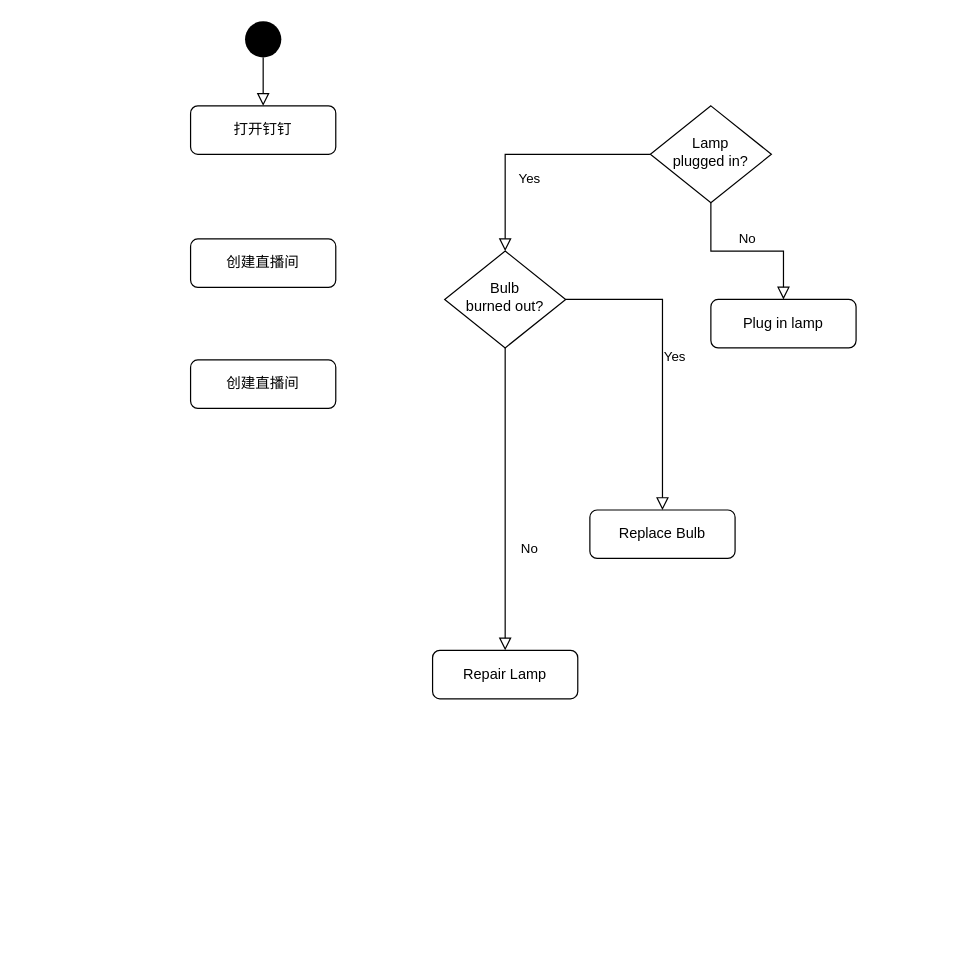
Above: 钉钉开课流程.drawio in innovatorCL/DiagramsRepo (draw.io), before the change. Source tidied: cells renumbered, new cells numbered last; positions are measured from the earlier drawing's top-left corner, leaving out a move shared by most shapes. Both pictures are drawn from the tidied source at 121%, with x=0, y=0 at pixel (190, 21).
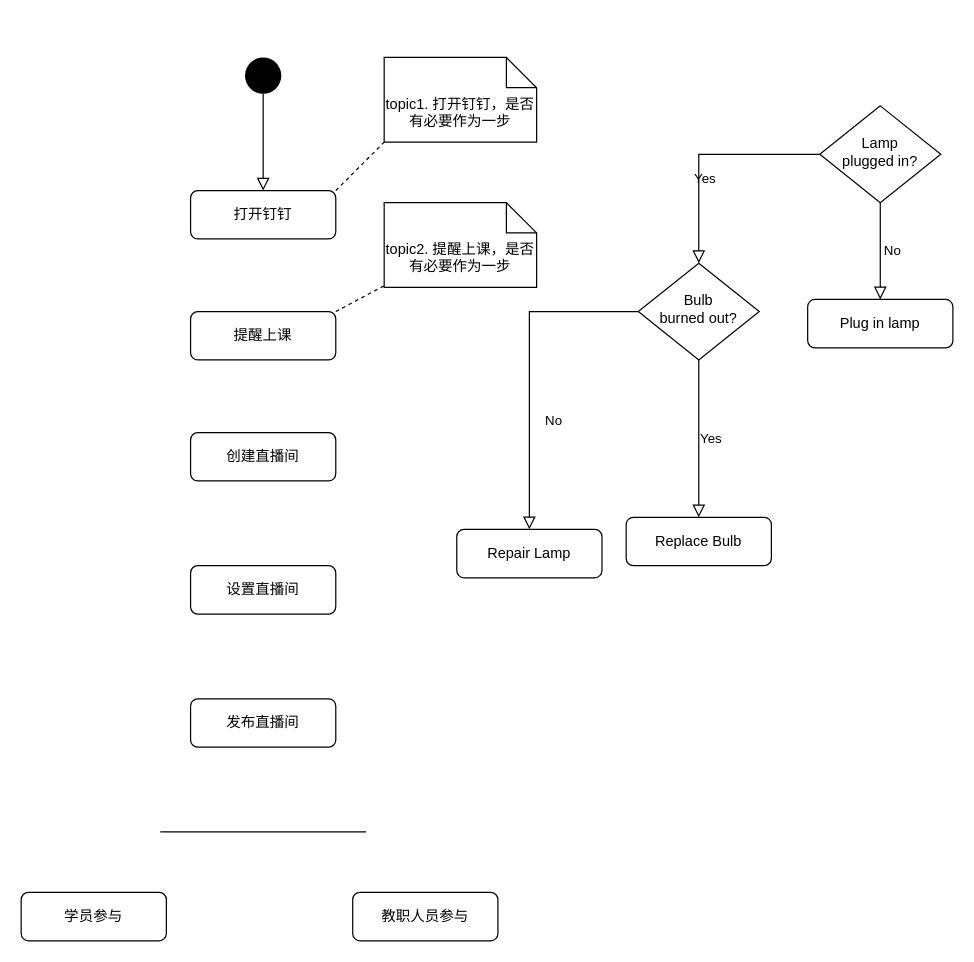
The same page after the edit.

Commit message (it also covers changes not shown here):
Update 钉钉开课流程.drawio

The edit, as a diff of the source:
```diff
@@
     <mxCell id="2" value="打开钉钉" style="rounded=1;whiteSpace=wrap;html=1;fontSize=12;glass=0;strokeWidth=1;shadow=0;" parent="1" vertex="1">
-      <mxGeometry y="70" width="120" height="40" as="geometry" />
+      <mxGeometry y="140" width="120" height="40" as="geometry" />
     </mxCell>
@@
     <mxCell id="5" value="Lamp&lt;br&gt;plugged in?" style="rhombus;whiteSpace=wrap;html=1;shadow=0;fontFamily=Helvetica;fontSize=12;align=center;strokeWidth=1;spacing=6;spacingTop=-4;" parent="1" vertex="1">
-      <mxGeometry x="380" y="70" width="100" height="80" as="geometry" />
+      <mxGeometry x="520" y="70" width="100" height="80" as="geometry" />
     </mxCell>
     <mxCell id="6" value="Plug in lamp" style="rounded=1;whiteSpace=wrap;html=1;fontSize=12;glass=0;strokeWidth=1;shadow=0;" parent="1" vertex="1">
-      <mxGeometry x="430" y="230" width="120" height="40" as="geometry" />
+      <mxGeometry x="510" y="230" width="120" height="40" as="geometry" />
     </mxCell>
@@
     <mxCell id="9" value="Bulb&lt;br&gt;burned out?" style="rhombus;whiteSpace=wrap;html=1;shadow=0;fontFamily=Helvetica;fontSize=12;align=center;strokeWidth=1;spacing=6;spacingTop=-4;" parent="1" vertex="1">
-      <mxGeometry x="210" y="190" width="100" height="80" as="geometry" />
+      <mxGeometry x="370" y="200" width="100" height="80" as="geometry" />
     </mxCell>
     <mxCell id="10" value="Repair Lamp" style="rounded=1;whiteSpace=wrap;html=1;fontSize=12;glass=0;strokeWidth=1;shadow=0;" parent="1" vertex="1">
-      <mxGeometry x="200" y="520" width="120" height="40" as="geometry" />
+      <mxGeometry x="220" y="420" width="120" height="40" as="geometry" />
     </mxCell>
     <mxCell id="11" value="Replace Bulb" style="rounded=1;whiteSpace=wrap;html=1;fontSize=12;glass=0;strokeWidth=1;shadow=0;" parent="1" vertex="1">
-      <mxGeometry x="330" y="404" width="120" height="40" as="geometry" />
+      <mxGeometry x="360" y="410" width="120" height="40" as="geometry" />
     </mxCell>
     <mxCell id="12" style="ellipse;fillColor=#000000;strokeColor=none;" parent="1" vertex="1">
-      <mxGeometry x="45" width="30" height="30" as="geometry" />
+      <mxGeometry x="45" y="30" width="30" height="30" as="geometry" />
     </mxCell>
@@
-    <mxCell id="14" value="创建直播间" style="rounded=1;whiteSpace=wrap;html=1;fontSize=12;glass=0;strokeWidth=1;shadow=0;" parent="1" vertex="1">
-      <mxGeometry y="180" width="120" height="40" as="geometry" />
+    <mxCell id="14" value="提醒上课" style="rounded=1;whiteSpace=wrap;html=1;fontSize=12;glass=0;strokeWidth=1;shadow=0;" parent="1" vertex="1">
+      <mxGeometry y="240" width="120" height="40" as="geometry" />
     </mxCell>
     <mxCell id="15" value="创建直播间" style="rounded=1;whiteSpace=wrap;html=1;fontSize=12;glass=0;strokeWidth=1;shadow=0;" parent="1" vertex="1">
-      <mxGeometry y="280" width="120" height="40" as="geometry" />
+      <mxGeometry y="340" width="120" height="40" as="geometry" />
     </mxCell>
+    <mxCell id="16" value="topic1. 打开钉钉，是否有必要作为一步&lt;br&gt;" style="shape=note2;boundedLbl=1;whiteSpace=wrap;html=1;size=25;verticalAlign=top;align=center;" parent="1" vertex="1">
+      <mxGeometry x="160" y="30" width="126" height="70" as="geometry" />
+    </mxCell>
+    <mxCell id="17" style="endArrow=none;dashed=1;html=1;rounded=0;entryX=0;entryY=1;entryDx=0;entryDy=0;entryPerimeter=0;exitX=1;exitY=0;exitDx=0;exitDy=0;" parent="1" edge="1" source="2" target="16">
+      <mxGeometry relative="1" as="geometry" />
+    </mxCell>
+    <mxCell id="18" value="topic2. 提醒上课，是否有必要作为一步" style="shape=note2;boundedLbl=1;whiteSpace=wrap;html=1;size=25;verticalAlign=top;align=center;" parent="1" vertex="1">
+      <mxGeometry x="160" y="150" width="126" height="70" as="geometry" />
+    </mxCell>
+    <mxCell id="19" style="endArrow=none;dashed=1;html=1;rounded=0;exitX=1;exitY=0;exitDx=0;exitDy=0;" parent="1" edge="1" source="14" target="18">
+      <mxGeometry relative="1" as="geometry" />
+    </mxCell>
+    <mxCell id="20" value="设置直播间" style="rounded=1;whiteSpace=wrap;html=1;fontSize=12;glass=0;strokeWidth=1;shadow=0;" parent="1" vertex="1">
+      <mxGeometry y="450" width="120" height="40" as="geometry" />
+    </mxCell>
+    <mxCell id="21" value="发布直播间" style="rounded=1;whiteSpace=wrap;html=1;fontSize=12;glass=0;strokeWidth=1;shadow=0;" parent="1" vertex="1">
+      <mxGeometry y="560" width="120" height="40" as="geometry" />
+    </mxCell>
+    <mxCell id="22" value="学员参与" style="rounded=1;whiteSpace=wrap;html=1;fontSize=12;glass=0;strokeWidth=1;shadow=0;" parent="1" vertex="1">
+      <mxGeometry x="-140" y="720" width="120" height="40" as="geometry" />
+    </mxCell>
+    <mxCell id="23" value="教职人员参与" style="rounded=1;whiteSpace=wrap;html=1;fontSize=12;glass=0;strokeWidth=1;shadow=0;" parent="1" vertex="1">
+      <mxGeometry x="134" y="720" width="120" height="40" as="geometry" />
+    </mxCell>
+    <mxCell id="24" style="endArrow=none;html=1;rounded=0;" parent="1" edge="1">
+      <mxGeometry relative="1" as="geometry">
+        <mxPoint x="-25" y="670" as="sourcePoint" />
+        <mxPoint x="145" y="670" as="targetPoint" />
+      </mxGeometry>
+    </mxCell>
```
